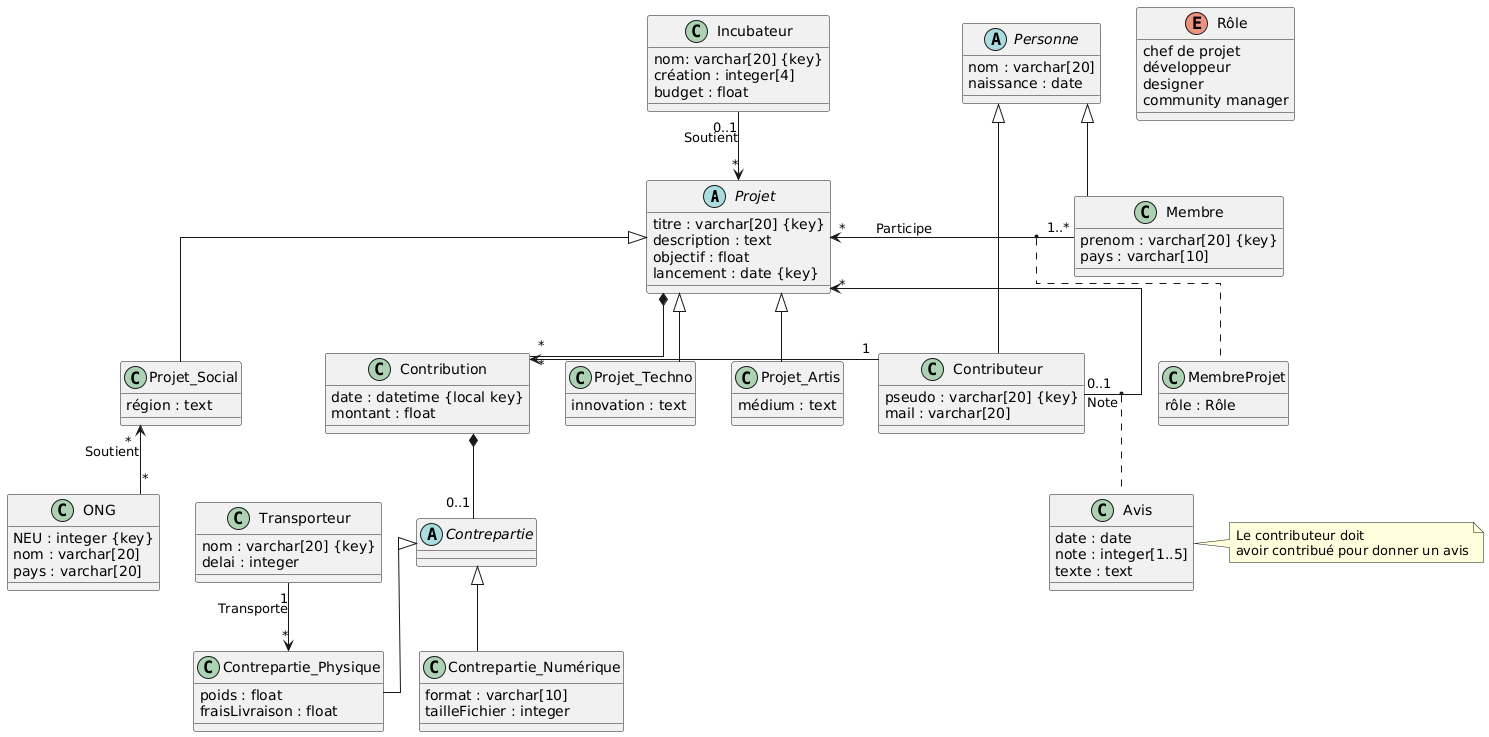
Above: UML/UML_V2.png in Clementcvy/crowdfundr (PlantUML), before the change.
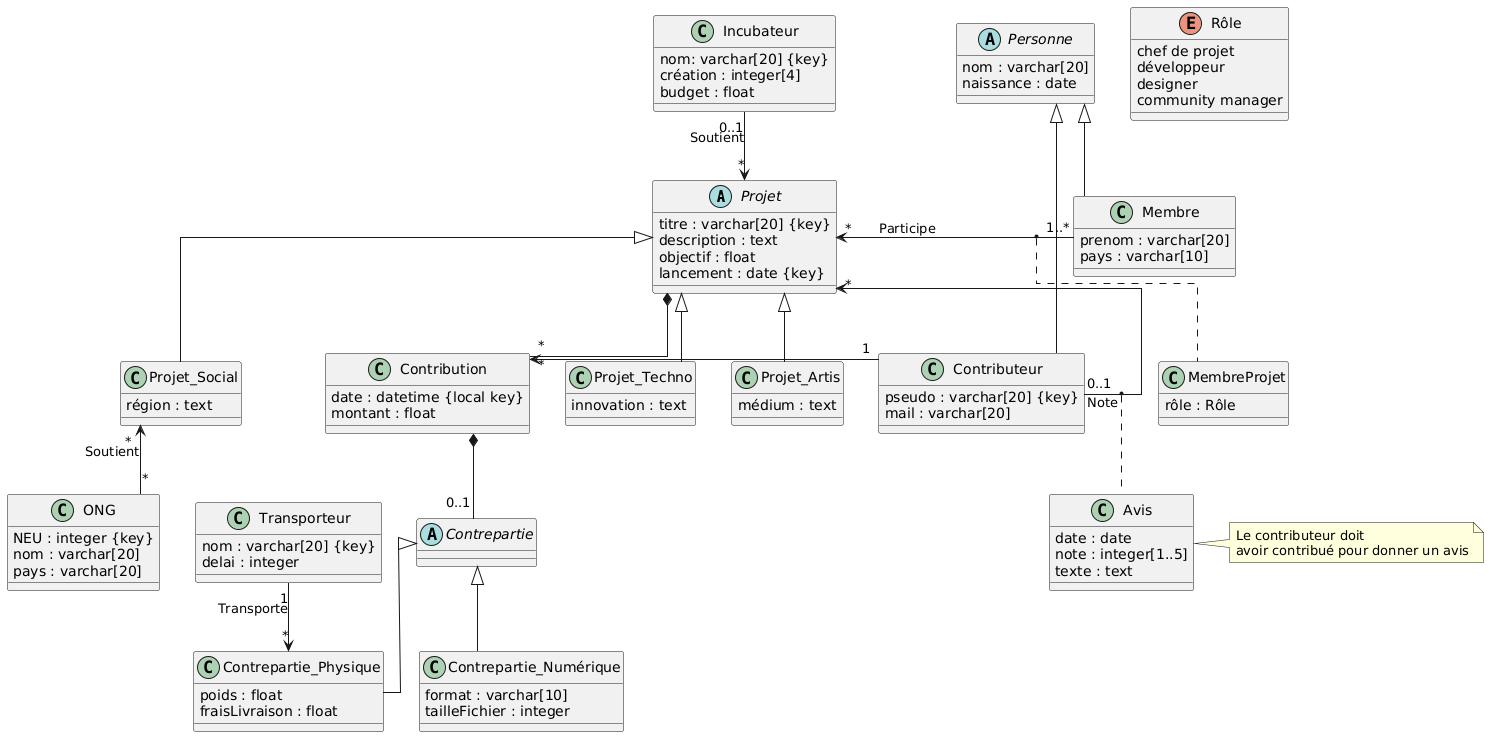
After the change.

Diff of the diagram source:
```diff
@@ -42,7 +42,7 @@
 }
 
 class Membre {
-    prenom : varchar[20] {key}
+    prenom : varchar[20]
     pays : varchar[10]
 }
 
```
